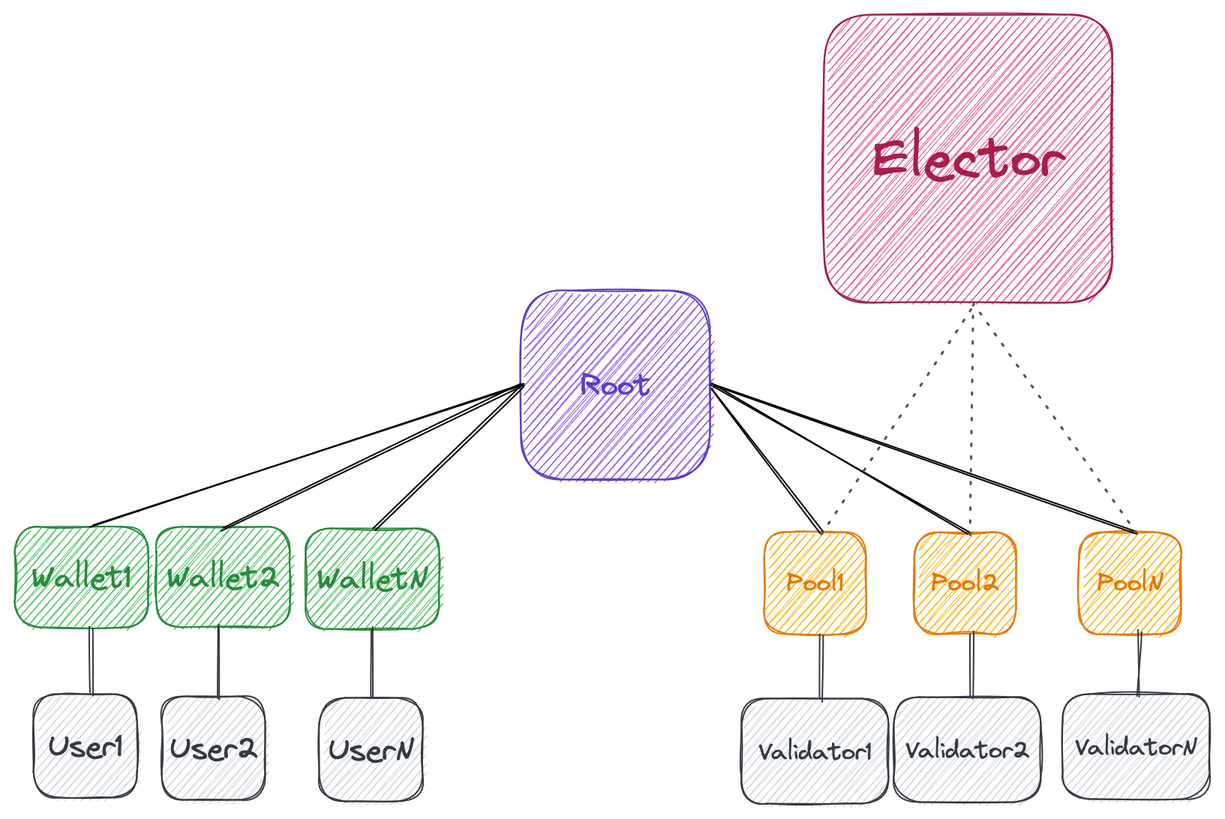
Above: smart-contracts.excalidraw.png in HipoFinance/contract (Excalidraw), before the change. Source tidied: one line per element, renumbered; positions are measured from the earlier drawing's top-left corner, leaving out a move shared by most shapes.
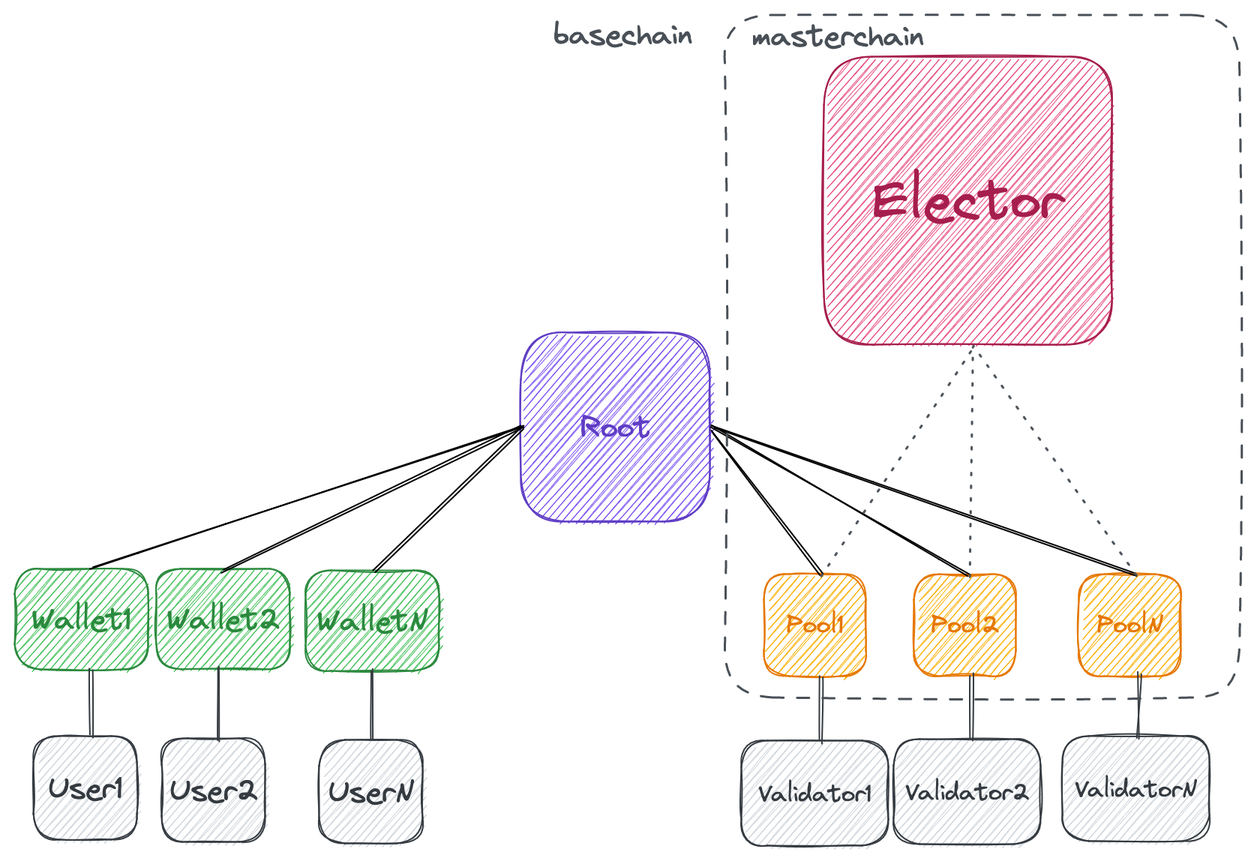
The same diagram one commit later.

Change to the diagram source:
```diff
@@ -41,3 +41,6 @@
 {"id": 40, "type": "line", "strokeColor": "#495057", "strokeWidth": 1, "strokeStyle": "dotted", "roughness": 1, "round": true, "x": 748, "y": 345, "width": 109, "height": 153, "points": [[0, 0], [-109, -153]]}
 {"id": 41, "type": "line", "strokeColor": "#495057", "strokeWidth": 1, "strokeStyle": "dotted", "roughness": 1, "round": true, "x": 638, "y": 346, "width": 0, "height": 153, "points": [[0, 0], [0, -153]]}
 {"id": 42, "type": "line", "strokeColor": "#495057", "strokeWidth": 1, "strokeStyle": "dotted", "roughness": 1, "round": true, "x": 538, "y": 345, "width": 101, "height": 152, "points": [[0, 0], [101, -152]]}
+{"id": 43, "type": "rectangle", "strokeColor": "#495057", "strokeWidth": 1, "strokeStyle": "dashed", "roughness": 1, "round": true, "x": 473, "y": -28, "width": 343, "height": 455}
+{"id": 44, "type": "text", "text": "masterchain", "strokeColor": "#495057", "strokeWidth": 1, "strokeStyle": "dashed", "roughness": 1, "fontSize": 20, "fontFamily": 1, "x": 491, "y": -26, "width": 115, "height": 24}
+{"id": 45, "type": "text", "text": "basechain", "strokeColor": "#495057", "strokeWidth": 1, "strokeStyle": "dashed", "roughness": 1, "fontSize": 20, "fontFamily": 1, "x": 359, "y": -27, "width": 92, "height": 24}
```
